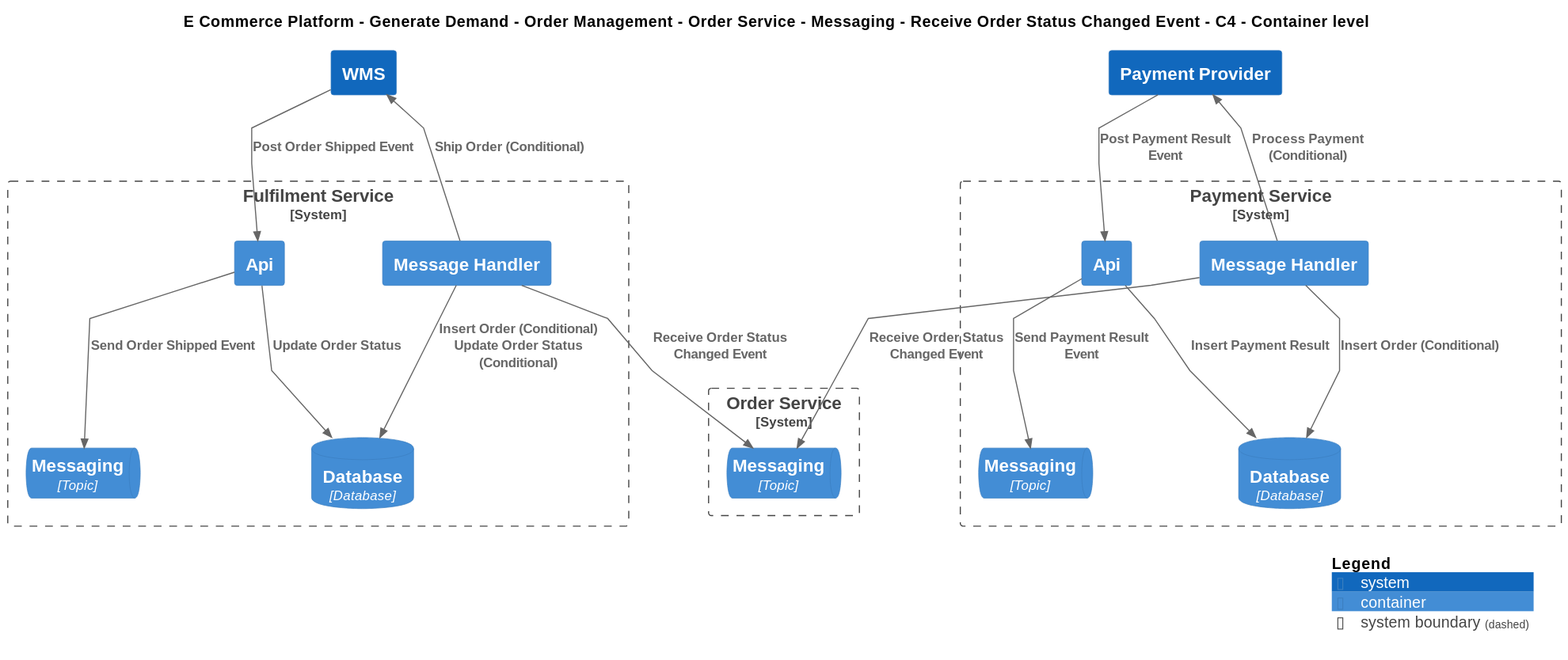
Earlier version of the PlantUML export Samples/E-Commerce Platform/Yaml/Diagrams/E Commerce Platform/Generate Demand/Order Management/Views/Receive Order Status Changed Event/Software Systems/Order Service/Containers/Messaging/Interfaces/Receive Order Status Changed Event/Container - C4.svg (mnadenysenko/C4InterFlow).
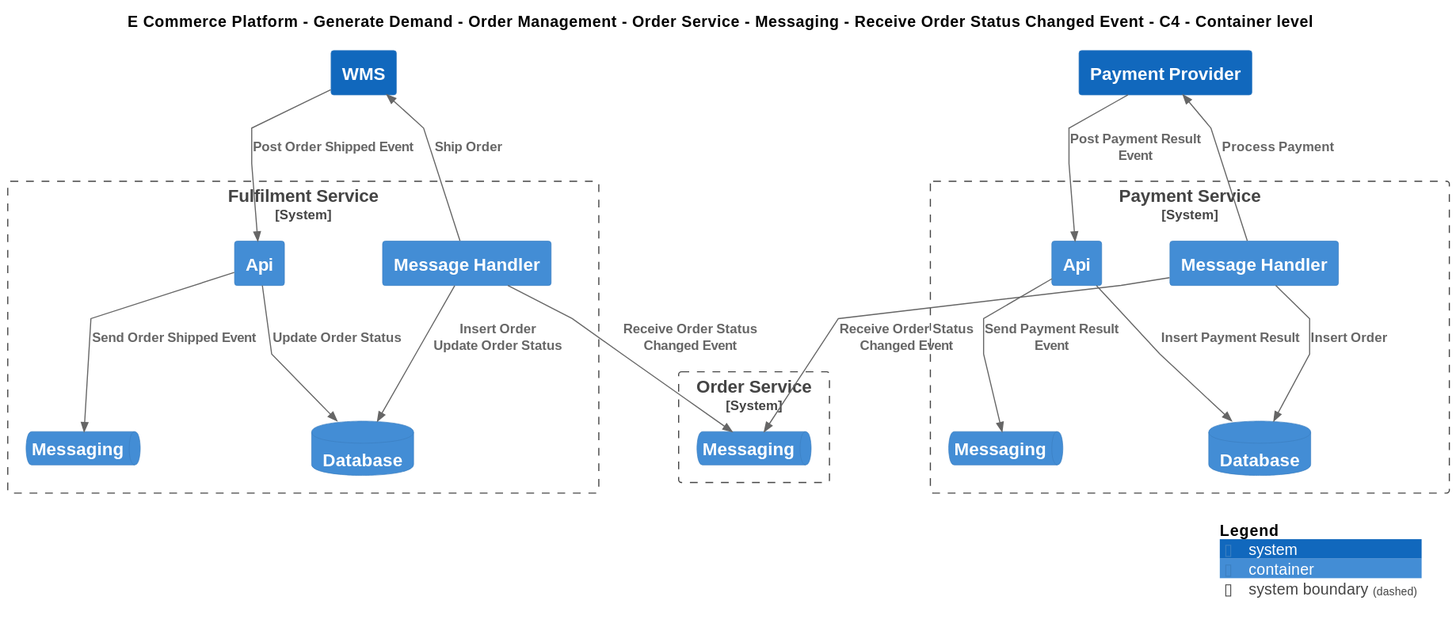
Later version of the same file.

What changed in the source:
```diff
@@ -19,33 +19,33 @@
 
 System_Boundary(ECommercePlatform.Deliver.Fulfilment.SoftwareSystems.FulfilmentService, "Fulfilment Service") {
     Container(ECommercePlatform.Deliver.Fulfilment.SoftwareSystems.FulfilmentService.Containers.MessageHandler, "Message Handler", "", "")
-    ContainerDb(ECommercePlatform.Deliver.Fulfilment.SoftwareSystems.FulfilmentService.Containers.Database, "Database", "Database", "")
+    ContainerDb(ECommercePlatform.Deliver.Fulfilment.SoftwareSystems.FulfilmentService.Containers.Database, "Database", "", "")
     Container(ECommercePlatform.Deliver.Fulfilment.SoftwareSystems.FulfilmentService.Containers.Api, "Api", "", "")
-    ContainerQueue(ECommercePlatform.Deliver.Fulfilment.SoftwareSystems.FulfilmentService.Containers.Messaging, "Messaging", "Topic", "")
+    ContainerQueue(ECommercePlatform.Deliver.Fulfilment.SoftwareSystems.FulfilmentService.Containers.Messaging, "Messaging", "", "")
 }
 
 System_Boundary(ECommercePlatform.GenerateDemand.OrderManagement.SoftwareSystems.OrderService, "Order Service") {
-    ContainerQueue(ECommercePlatform.GenerateDemand.OrderManagement.SoftwareSystems.OrderService.Containers.Messaging, "Messaging", "Topic", "")
+    ContainerQueue(ECommercePlatform.GenerateDemand.OrderManagement.SoftwareSystems.OrderService.Containers.Messaging, "Messaging", "", "")
 }
 System(ECommercePlatform.Deliver.Fulfilment.SoftwareSystems.WMS, "WMS", "")
 
 System_Boundary(ECommercePlatform.Deliver.Payments.SoftwareSystems.PaymentService, "Payment Service") {
     Container(ECommercePlatform.Deliver.Payments.SoftwareSystems.PaymentService.Containers.MessageHandler, "Message Handler", "", "")
-    ContainerDb(ECommercePlatform.Deliver.Payments.SoftwareSystems.PaymentService.Containers.Database, "Database", "Database", "")
+    ContainerDb(ECommercePlatform.Deliver.Payments.SoftwareSystems.PaymentService.Containers.Database, "Database", "", "")
     Container(ECommercePlatform.Deliver.Payments.SoftwareSystems.PaymentService.Containers.Api, "Api", "", "")
-    ContainerQueue(ECommercePlatform.Deliver.Payments.SoftwareSystems.PaymentService.Containers.Messaging, "Messaging", "Topic", "")
+    ContainerQueue(ECommercePlatform.Deliver.Payments.SoftwareSystems.PaymentService.Containers.Messaging, "Messaging", "", "")
 }
 System(ECommercePlatform.Deliver.Payments.SoftwareSystems.PaymentProvider, "Payment Provider", "")
 
 Rel(ECommercePlatform.Deliver.Fulfilment.SoftwareSystems.FulfilmentService.Containers.MessageHandler, ECommercePlatform.GenerateDemand.OrderManagement.SoftwareSystems.OrderService.Containers.Messaging, "Receive Order Status Changed Event")
-Rel(ECommercePlatform.Deliver.Fulfilment.SoftwareSystems.FulfilmentService.Containers.MessageHandler, ECommercePlatform.Deliver.Fulfilment.SoftwareSystems.FulfilmentService.Containers.Database, "Insert Order (Conditional)\nUpdate Order Status (Conditional)")
-Rel(ECommercePlatform.Deliver.Fulfilment.SoftwareSystems.FulfilmentService.Containers.MessageHandler, ECommercePlatform.Deliver.Fulfilment.SoftwareSystems.WMS, "Ship Order (Conditional)")
+Rel(ECommercePlatform.Deliver.Fulfilment.SoftwareSystems.FulfilmentService.Containers.MessageHandler, ECommercePlatform.Deliver.Fulfilment.SoftwareSystems.FulfilmentService.Containers.Database, "Insert Order\nUpdate Order Status")
+Rel(ECommercePlatform.Deliver.Fulfilment.SoftwareSystems.FulfilmentService.Containers.MessageHandler, ECommercePlatform.Deliver.Fulfilment.SoftwareSystems.WMS, "Ship Order")
 Rel(ECommercePlatform.Deliver.Fulfilment.SoftwareSystems.WMS, ECommercePlatform.Deliver.Fulfilment.SoftwareSystems.FulfilmentService.Containers.Api, "Post Order Shipped Event")
 Rel(ECommercePlatform.Deliver.Fulfilment.SoftwareSystems.FulfilmentService.Containers.Api, ECommercePlatform.Deliver.Fulfilment.SoftwareSystems.FulfilmentService.Containers.Database, "Update Order Status")
 Rel(ECommercePlatform.Deliver.Fulfilment.SoftwareSystems.FulfilmentService.Containers.Api, ECommercePlatform.Deliver.Fulfilment.SoftwareSystems.FulfilmentService.Containers.Messaging, "Send Order Shipped Event")
 Rel(ECommercePlatform.Deliver.Payments.SoftwareSystems.PaymentService.Containers.MessageHandler, ECommercePlatform.GenerateDemand.OrderManagement.SoftwareSystems.OrderService.Containers.Messaging, "Receive Order Status Changed Event")
-Rel(ECommercePlatform.Deliver.Payments.SoftwareSystems.PaymentService.Containers.MessageHandler, ECommercePlatform.Deliver.Payments.SoftwareSystems.PaymentService.Containers.Database, "Insert Order (Conditional)")
-Rel(ECommercePlatform.Deliver.Payments.SoftwareSystems.PaymentService.Containers.MessageHandler, ECommercePlatform.Deliver.Payments.SoftwareSystems.PaymentProvider, "Process Payment (Conditional)")
+Rel(ECommercePlatform.Deliver.Payments.SoftwareSystems.PaymentService.Containers.MessageHandler, ECommercePlatform.Deliver.Payments.SoftwareSystems.PaymentService.Containers.Database, "Insert Order")
+Rel(ECommercePlatform.Deliver.Payments.SoftwareSystems.PaymentService.Containers.MessageHandler, ECommercePlatform.Deliver.Payments.SoftwareSystems.PaymentProvider, "Process Payment")
 Rel(ECommercePlatform.Deliver.Payments.SoftwareSystems.PaymentProvider, ECommercePlatform.Deliver.Payments.SoftwareSystems.PaymentService.Containers.Api, "Post Payment Result Event")
 Rel(ECommercePlatform.Deliver.Payments.SoftwareSystems.PaymentService.Containers.Api, ECommercePlatform.Deliver.Payments.SoftwareSystems.PaymentService.Containers.Database, "Insert Payment Result")
 Rel(ECommercePlatform.Deliver.Payments.SoftwareSystems.PaymentService.Containers.Api, ECommercePlatform.Deliver.Payments.SoftwareSystems.PaymentService.Containers.Messaging, "Send Payment Result Event")
```
